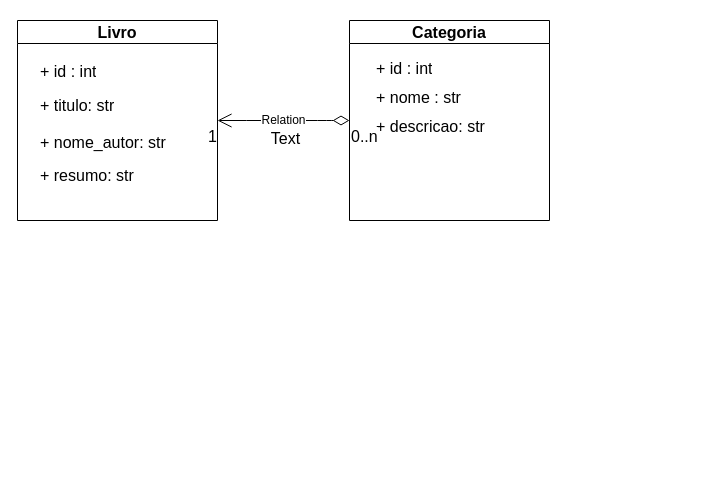
Above: Diagrama sem nome.drawio in csinfoti/biblioteca-api (draw.io), before the change. Source tidied: cells renumbered, new cells numbered last; positions are measured from the earlier drawing's top-left corner, leaving out a move shared by most shapes. Both pictures are drawn from the tidied source at 100%, with x=0, y=0 at pixel (17, 20).
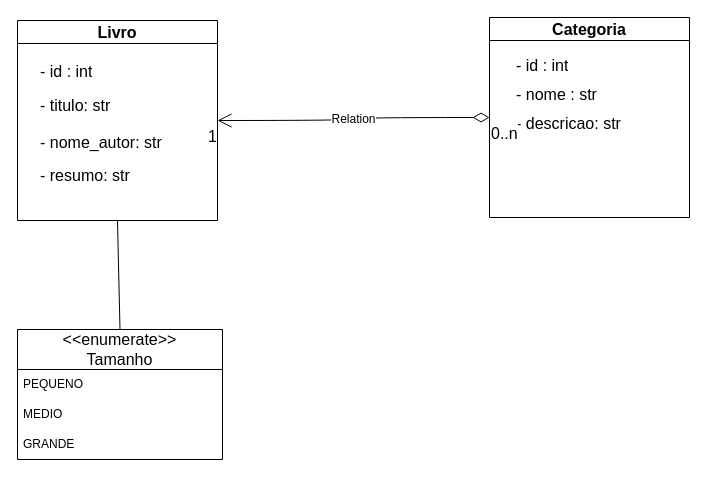
Above is the later version.

Change to the diagram source:
```diff
@@
 <mxGraphModel>
   <root>
     <mxCell id="0" />
     <mxCell id="1" parent="0" />
     <mxCell id="2" value="Livro" style="swimlane;whiteSpace=wrap;html=1;fontSize=16;" parent="1" vertex="1">
       <mxGeometry width="200" height="200" as="geometry" />
     </mxCell>
-    <mxCell id="3" value="+ id : int" style="text;strokeColor=none;fillColor=none;align=left;verticalAlign=top;spacingLeft=4;spacingRight=4;overflow=hidden;whiteSpace=wrap;html=1;fontSize=16;" parent="2" vertex="1">
+    <mxCell id="3" value="- id : int" style="text;strokeColor=none;fillColor=none;align=left;verticalAlign=top;spacingLeft=4;spacingRight=4;overflow=hidden;whiteSpace=wrap;html=1;fontSize=16;" parent="2" vertex="1">
       <mxGeometry x="17" y="35" width="100" height="26" as="geometry" />
     </mxCell>
-    <mxCell id="4" value="+ titulo: str" style="text;strokeColor=none;fillColor=none;align=left;verticalAlign=top;spacingLeft=4;spacingRight=4;overflow=hidden;whiteSpace=wrap;html=1;fontSize=16;" parent="2" vertex="1">
+    <mxCell id="4" value="- titulo: str" style="text;strokeColor=none;fillColor=none;align=left;verticalAlign=top;spacingLeft=4;spacingRight=4;overflow=hidden;whiteSpace=wrap;html=1;fontSize=16;" parent="2" vertex="1">
       <mxGeometry x="17" y="69" width="158" height="26" as="geometry" />
     </mxCell>
-    <mxCell id="5" value="+ nome_autor: str" style="text;strokeColor=none;fillColor=none;align=left;verticalAlign=top;spacingLeft=4;spacingRight=4;overflow=hidden;whiteSpace=wrap;html=1;fontSize=16;" parent="2" vertex="1">
+    <mxCell id="5" value="- nome_autor: str" style="text;strokeColor=none;fillColor=none;align=left;verticalAlign=top;spacingLeft=4;spacingRight=4;overflow=hidden;whiteSpace=wrap;html=1;fontSize=16;" parent="2" vertex="1">
       <mxGeometry x="17" y="106" width="158" height="28" as="geometry" />
     </mxCell>
-    <mxCell id="6" value="+ resumo: str" style="text;strokeColor=none;fillColor=none;align=left;verticalAlign=top;spacingLeft=4;spacingRight=4;overflow=hidden;whiteSpace=wrap;html=1;fontSize=16;" parent="2" vertex="1">
+    <mxCell id="6" value="-&amp;nbsp;resumo: str" style="text;strokeColor=none;fillColor=none;align=left;verticalAlign=top;spacingLeft=4;spacingRight=4;overflow=hidden;whiteSpace=wrap;html=1;fontSize=16;" parent="2" vertex="1">
       <mxGeometry x="17" y="139" width="158" height="26" as="geometry" />
     </mxCell>
     <mxCell id="7" value="Categoria" style="swimlane;whiteSpace=wrap;html=1;fontSize=16;" parent="1" vertex="1">
-      <mxGeometry x="332" width="200" height="200" as="geometry" />
+      <mxGeometry x="472" y="-3" width="200" height="200" as="geometry" />
     </mxCell>
-    <mxCell id="8" value="+ id : int" style="text;strokeColor=none;fillColor=none;align=left;verticalAlign=top;spacingLeft=4;spacingRight=4;overflow=hidden;whiteSpace=wrap;html=1;fontSize=16;" parent="7" vertex="1">
+    <mxCell id="8" value="- id : int" style="text;strokeColor=none;fillColor=none;align=left;verticalAlign=top;spacingLeft=4;spacingRight=4;overflow=hidden;whiteSpace=wrap;html=1;fontSize=16;" parent="7" vertex="1">
       <mxGeometry x="21" y="32" width="158" height="26" as="geometry" />
     </mxCell>
-    <mxCell id="9" value="+ nome : str" style="text;strokeColor=none;fillColor=none;align=left;verticalAlign=top;spacingLeft=4;spacingRight=4;overflow=hidden;whiteSpace=wrap;html=1;fontSize=16;" parent="7" vertex="1">
+    <mxCell id="9" value="- nome : str" style="text;strokeColor=none;fillColor=none;align=left;verticalAlign=top;spacingLeft=4;spacingRight=4;overflow=hidden;whiteSpace=wrap;html=1;fontSize=16;" parent="7" vertex="1">
       <mxGeometry x="21" y="61" width="158" height="26" as="geometry" />
     </mxCell>
-    <mxCell id="10" value="+ descricao: str" style="text;strokeColor=none;fillColor=none;align=left;verticalAlign=top;spacingLeft=4;spacingRight=4;overflow=hidden;whiteSpace=wrap;html=1;fontSize=16;" parent="7" vertex="1">
+    <mxCell id="10" value="- descricao: str" style="text;strokeColor=none;fillColor=none;align=left;verticalAlign=top;spacingLeft=4;spacingRight=4;overflow=hidden;whiteSpace=wrap;html=1;fontSize=16;" parent="7" vertex="1">
       <mxGeometry x="21" y="90" width="158" height="26" as="geometry" />
     </mxCell>
     <mxCell id="11" value="Relation" style="endArrow=open;html=1;endSize=12;startArrow=diamondThin;startSize=14;startFill=0;edgeStyle=orthogonalEdgeStyle;rounded=0;fontSize=12;curved=1;exitX=0;exitY=0.5;exitDx=0;exitDy=0;entryX=1;entryY=0.5;entryDx=0;entryDy=0;" parent="1" edge="1" source="7" target="2">
       <mxGeometry relative="1" as="geometry" />
     </mxCell>
     <mxCell id="12" value="0..n" style="edgeLabel;html=1;align=left;verticalAlign=top;fontSize=16;" parent="11" vertex="1">
       <mxGeometry x="-1" relative="1" as="geometry" />
     </mxCell>
     <mxCell id="13" value="1" style="edgeLabel;html=1;align=right;verticalAlign=top;fontSize=16;" parent="11" vertex="1">
       <mxGeometry x="1" relative="1" as="geometry" />
     </mxCell>
-    <mxCell id="14" value="Text" style="edgeLabel;html=1;align=center;verticalAlign=middle;fontSize=16;" parent="11" vertex="1">
-      <mxGeometry x="-0.01" y="17" relative="1" as="geometry" />
-    </mxCell>
+    <mxCell id="15" value="&lt;font style=&quot;font-size: 16px;&quot;&gt;&amp;lt;&amp;lt;enumerate&amp;gt;&amp;gt;&lt;br&gt;Tamanho&lt;/font&gt;" style="swimlane;fontStyle=0;horizontal=1;startSize=40;whiteSpace=wrap;html=1;" parent="1" vertex="1">
+      <mxGeometry y="309" width="205" height="130" as="geometry" />
+    </mxCell>
+    <mxCell id="16" value="PEQUENO" style="text;strokeColor=none;fillColor=none;align=left;verticalAlign=middle;spacingLeft=4;spacingRight=4;overflow=hidden;whiteSpace=wrap;html=1;" parent="15" vertex="1">
+      <mxGeometry y="40" width="205" height="30" as="geometry" />
+    </mxCell>
+    <mxCell id="17" value="MEDIO" style="text;strokeColor=none;fillColor=none;align=left;verticalAlign=middle;spacingLeft=4;spacingRight=4;overflow=hidden;whiteSpace=wrap;html=1;" parent="15" vertex="1">
+      <mxGeometry y="70" width="205" height="30" as="geometry" />
+    </mxCell>
+    <mxCell id="18" value="GRANDE" style="text;strokeColor=none;fillColor=none;align=left;verticalAlign=middle;spacingLeft=4;spacingRight=4;overflow=hidden;whiteSpace=wrap;html=1;" parent="15" vertex="1">
+      <mxGeometry y="100" width="205" height="30" as="geometry" />
+    </mxCell>
+    <mxCell id="19" style="endArrow=none;html=1;rounded=0;exitX=0.5;exitY=0;exitDx=0;exitDy=0;entryX=0.5;entryY=1;entryDx=0;entryDy=0;" parent="1" edge="1" source="15" target="2">
+      <mxGeometry relative="1" as="geometry" />
+    </mxCell>
   </root>
 </mxGraphModel>
```
